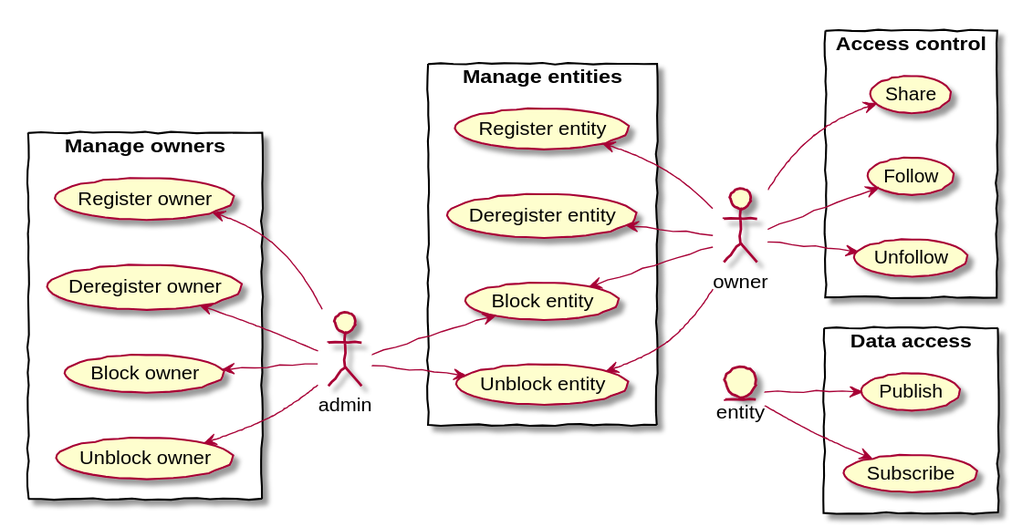
This is DOCS/uc.svg from rbccps-iisc/corinthian, a PlantUML export, as it was before one commit.
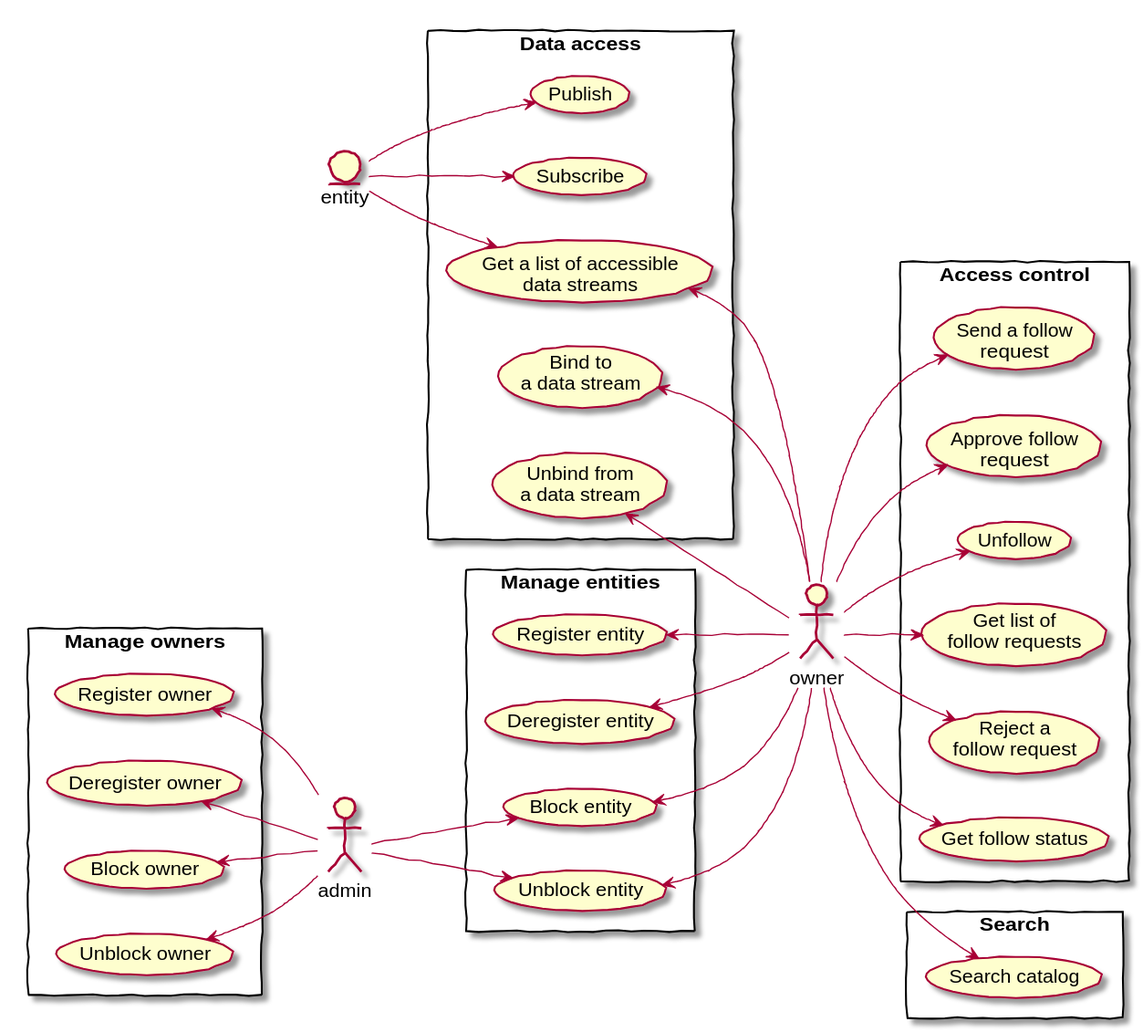
The same file after the commit.

Diff of the diagram source:
```diff
@@ -2,32 +2,44 @@
 skinparam handwritten true
 left to right direction
 
+rectangle "Manage owners" {
 
-rectangle "Manage owners" {
-(Register owner)
-(Deregister owner)
-(Block owner)
-(Unblock owner)
-
+	(Register owner)
+	(Deregister owner)
+	(Block owner)
+	(Unblock owner)
 }
 
 rectangle "Manage entities" {
-(Register entity)
-(Deregister entity)
-(Block entity)
-(Unblock entity)
 
+	(Register entity)
+	(Deregister entity)
+	(Block entity)
+	(Unblock entity)
 }
 
 rectangle "Access control" {
-(Share)
-(Follow)
-(Unfollow)
+
+	(Send a follow\nrequest)
+	(Approve follow\nrequest)
+	(Unfollow)
+	(Get list of\nfollow requests)
+	(Reject a\nfollow request)
+	(Get follow status)
 }
 
 rectangle "Data access" {
-(Publish)
-(Subscribe)
+
+	(Publish)
+	(Subscribe)
+	(Get a list of accessible\ndata streams)
+
+	(Bind to\na data stream)
+	(Unbind from\n a data stream)
+}
+
+rectangle "Search" {
+	(Search catalog)
 }
 
 
@@ -45,16 +57,23 @@
 (Block entity) <-- owner
 
 
-
-owner --> (Share)
-owner --> (Follow)
+owner --> (Approve follow\nrequest)
+owner --> (Send a follow\nrequest)
 owner --> (Unfollow)
 
+(Bind to\na data stream) <-- owner
+(Unbind from\n a data stream) <-- owner
+(Get a list of accessible\ndata streams) <-- owner
+
+owner --> (Get list of\nfollow requests)
+owner --> (Reject a\nfollow request)
+owner --> (Get follow status)
+
+owner --> (Search catalog)
 
 entity entity
 
-owner -[hidden]> entity
-
 entity --> (Publish)
 entity --> (Subscribe)
+entity --> (Get a list of accessible\ndata streams)
 @enduml
```
